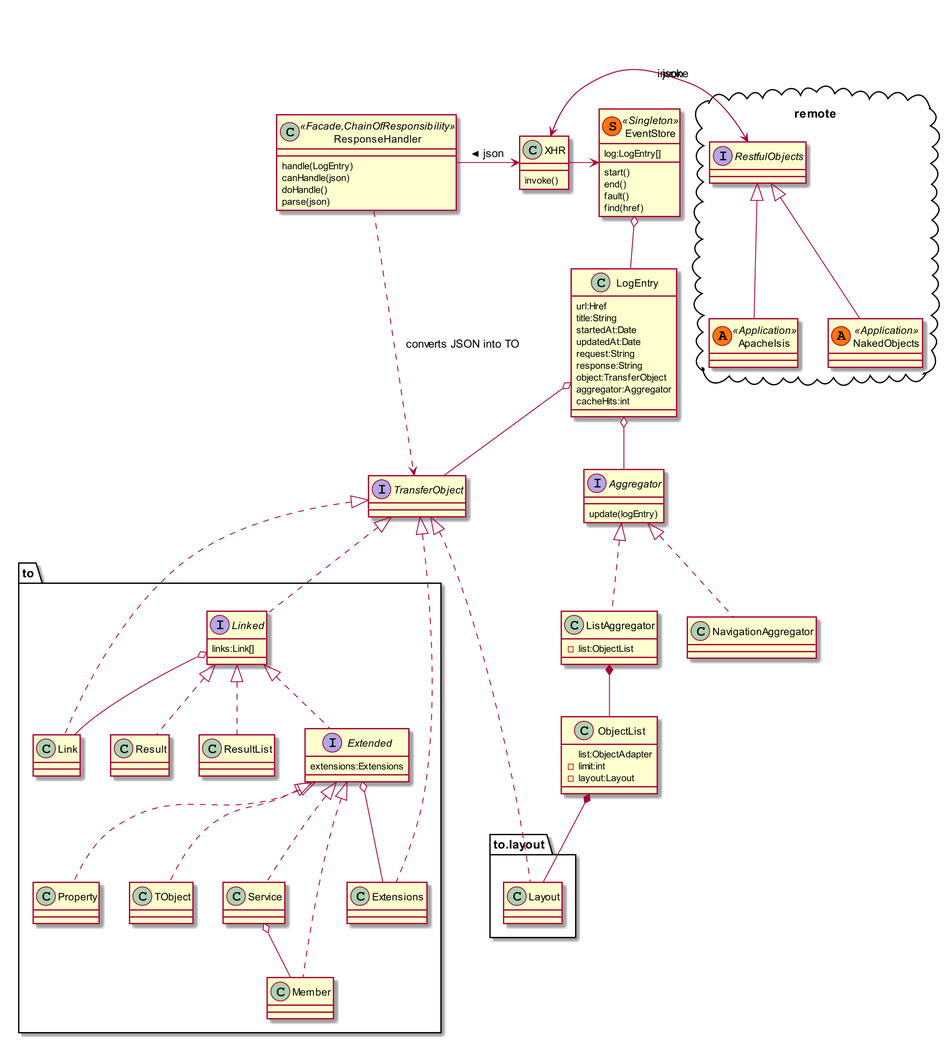
Before: images/uml-overview.png, a diagram exported from PlantUML (apache/causeway).
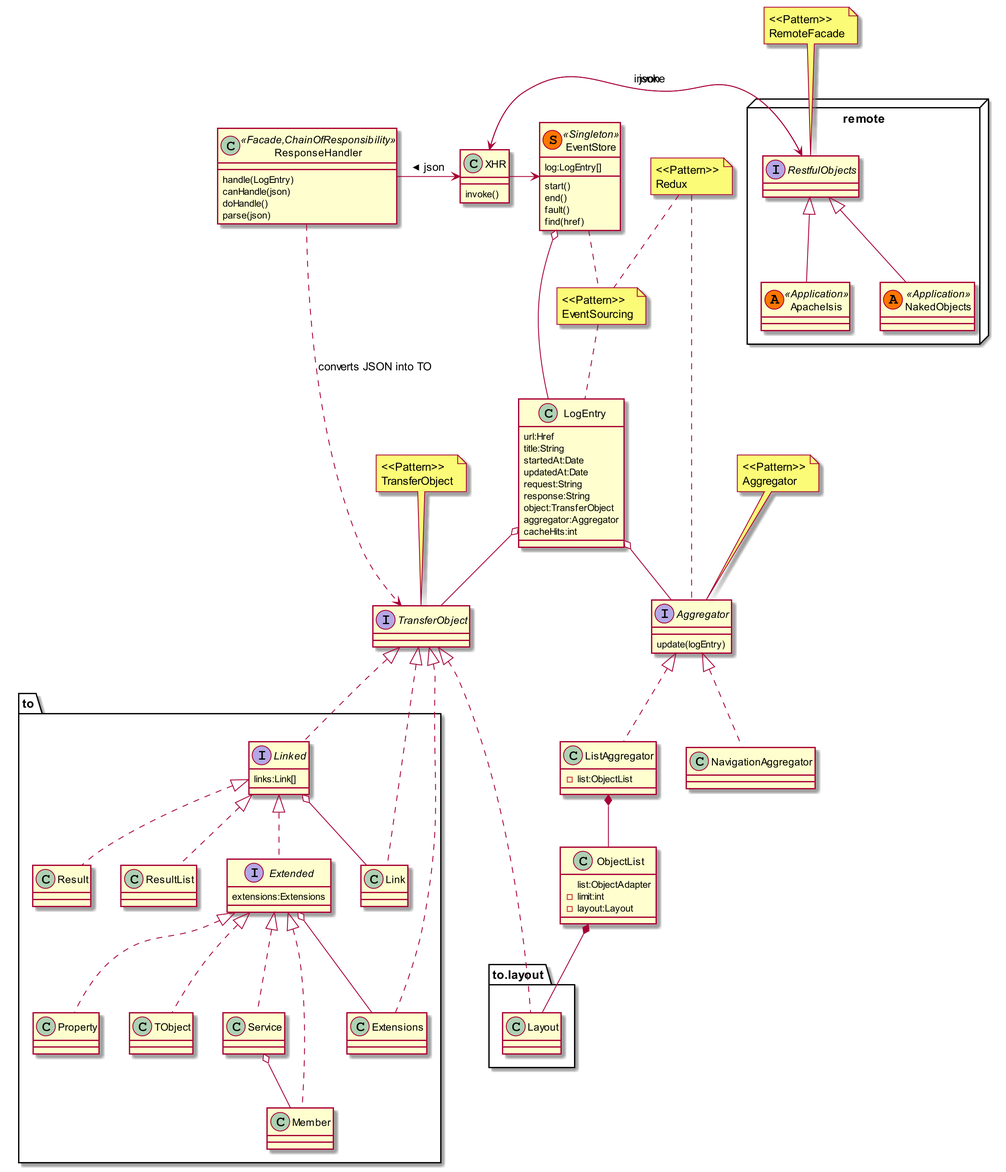
The same diagram one commit later.

Change to the diagram source:
```diff
@@ -41,7 +41,7 @@
 XHR -> EventStore
 
 
-package remote <<Cloud>> {
+package remote <<Node>> {
 interface RestfulObjects
     class ApacheIsis<<(A, #FF7700)Application>>
     class NakedObjects<<(A, #FF7700)Application>>
@@ -93,4 +93,21 @@
     -layout:Layout
 }
 ObjectList *-- to.layout.Layout
+
+note "<<Pattern>>\nEventSourcing" as PES
+EventStore .. PES
+PES .. LogEntry
+
+note "<<Pattern>>\nRedux" as PR
+PR .. PES
+PR .. Aggregator
+
+note "<<Pattern>>\nRemoteFacade" as PRF
+PRF .. RestfulObjects
+
+note "<<Pattern>>\nTransferObject" as PTO
+PTO .. TransferObject
+
+note "<<Pattern>>\nAggregator" as PA
+PA .. Aggregator
 @enduml
```
